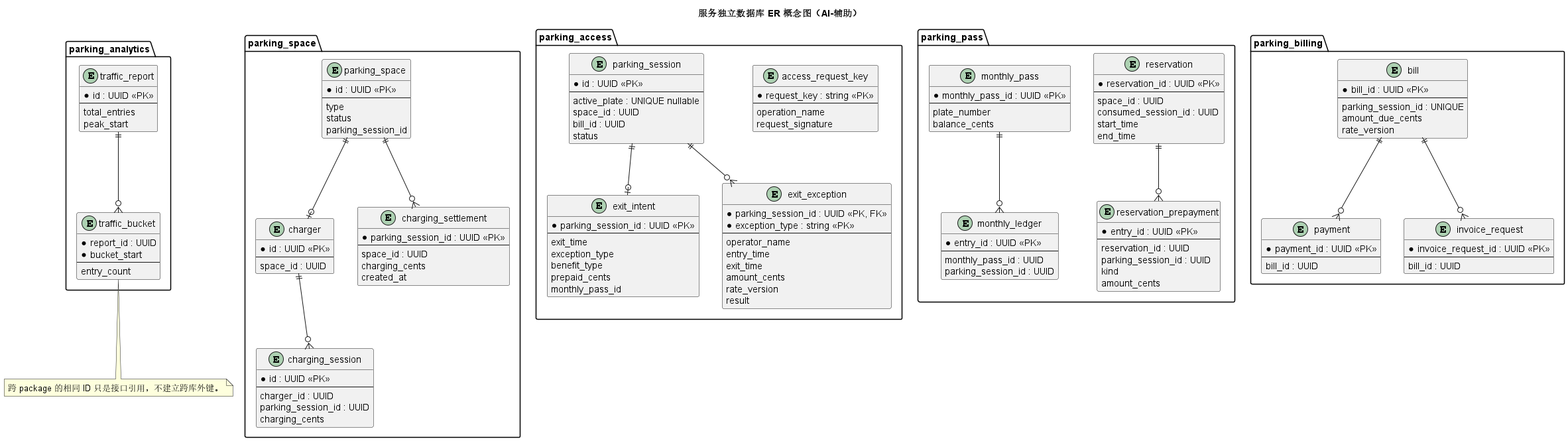
Above: models/rendered/16-service-er.png in Gindama713/UMLWORK (PlantUML), before the change.
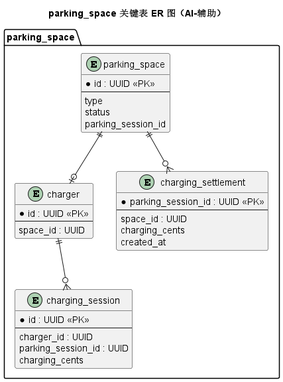
After the change.

Diff of the diagram source:
```diff
@@ -1,5 +1,5 @@
 @startuml
-title 服务独立数据库 ER 概念图（AI-辅助）
+title parking_space 关键表 ER 图（AI-辅助）
 hide methods
 package "parking_space" {
   entity parking_space {
@@ -32,113 +32,4 @@
   parking_space ||--o| charger
   charger ||--o{ charging_session
 }
-package "parking_access" {
-  entity access_request_key {
-    * request_key : string <<PK>>
-    --
-    operation_name
-    request_signature
-  }
-  entity exit_intent {
-    * parking_session_id : UUID <<PK>>
-    --
-    exit_time
-    exception_type
-    benefit_type
-    prepaid_cents
-    monthly_pass_id
-  }
-  entity exit_exception {
-    * parking_session_id : UUID <<PK, FK>>
-    * exception_type : string <<PK>>
-    --
-    operator_name
-    entry_time
-    exit_time
-    amount_cents
-    rate_version
-    result
-  }
-  entity parking_session {
-    * id : UUID <<PK>>
-    --
-    active_plate : UNIQUE nullable
-    space_id : UUID
-    bill_id : UUID
-    status
-  }
-  parking_session ||--o| exit_intent
-  parking_session ||--o{ exit_exception
-}
-package "parking_pass" {
-  entity reservation {
-    * reservation_id : UUID <<PK>>
-    --
-    space_id : UUID
-    consumed_session_id : UUID
-    start_time
-    end_time
-  }
-  entity reservation_prepayment {
-    * entry_id : UUID <<PK>>
-    --
-    reservation_id : UUID
-    parking_session_id : UUID
-    kind
-    amount_cents
-  }
-  entity monthly_pass {
-    * monthly_pass_id : UUID <<PK>>
-    --
-    plate_number
-    balance_cents
-  }
-  entity monthly_ledger {
-    * entry_id : UUID <<PK>>
-    --
-    monthly_pass_id : UUID
-    parking_session_id : UUID
-  }
-  monthly_pass ||--o{ monthly_ledger
-  reservation ||--o{ reservation_prepayment
-}
-package "parking_billing" {
-  entity bill {
-    * bill_id : UUID <<PK>>
-    --
-    parking_session_id : UNIQUE
-    amount_due_cents
-    rate_version
-  }
-  entity payment {
-    * payment_id : UUID <<PK>>
-    --
-    bill_id : UUID
-  }
-  entity invoice_request {
-    * invoice_request_id : UUID <<PK>>
-    --
-    bill_id : UUID
-  }
-  bill ||--o{ payment
-  bill ||--o{ invoice_request
-}
-package "parking_analytics" {
-  entity traffic_report {
-    * id : UUID <<PK>>
-    --
-    total_entries
-    peak_start
-  }
-  entity traffic_bucket {
-    * report_id : UUID
-    * bucket_start
-    --
-    entry_count
-  }
-  traffic_report ||--o{ traffic_bucket
-}
-note bottom
-跨 package 的相同 ID 只是接口引用，不建立跨库外键。
-end note
 @enduml
```
